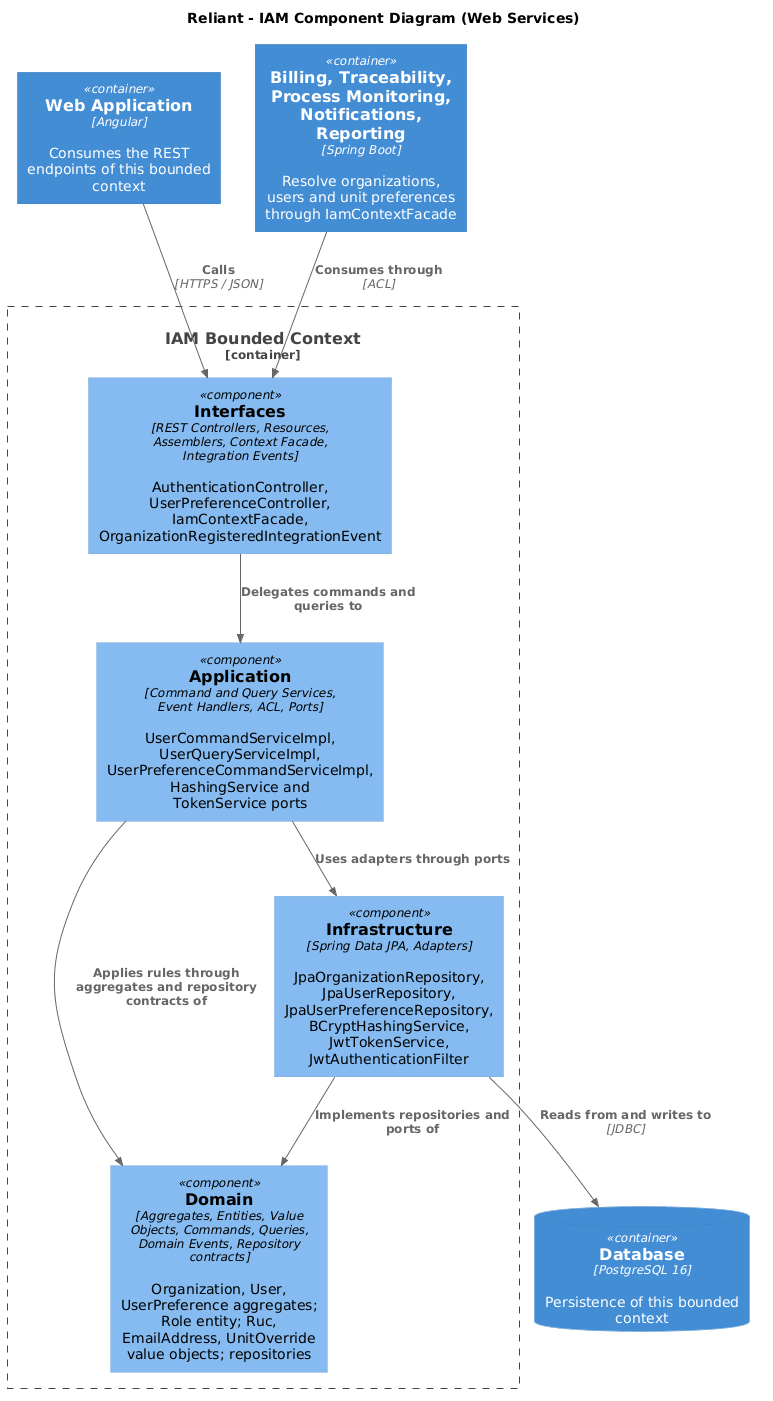
upc-pre-202620-1asi0729-7753-innovacorp/reliant-report keeps this PlantUML diagram as assets/img/4.chapter-iv/4.6.domain-driven-software-architecture/4.6.4.software-architecture-components-diagrams/reliant-c4-components-iam-web-services.png. Above is the earlier version.
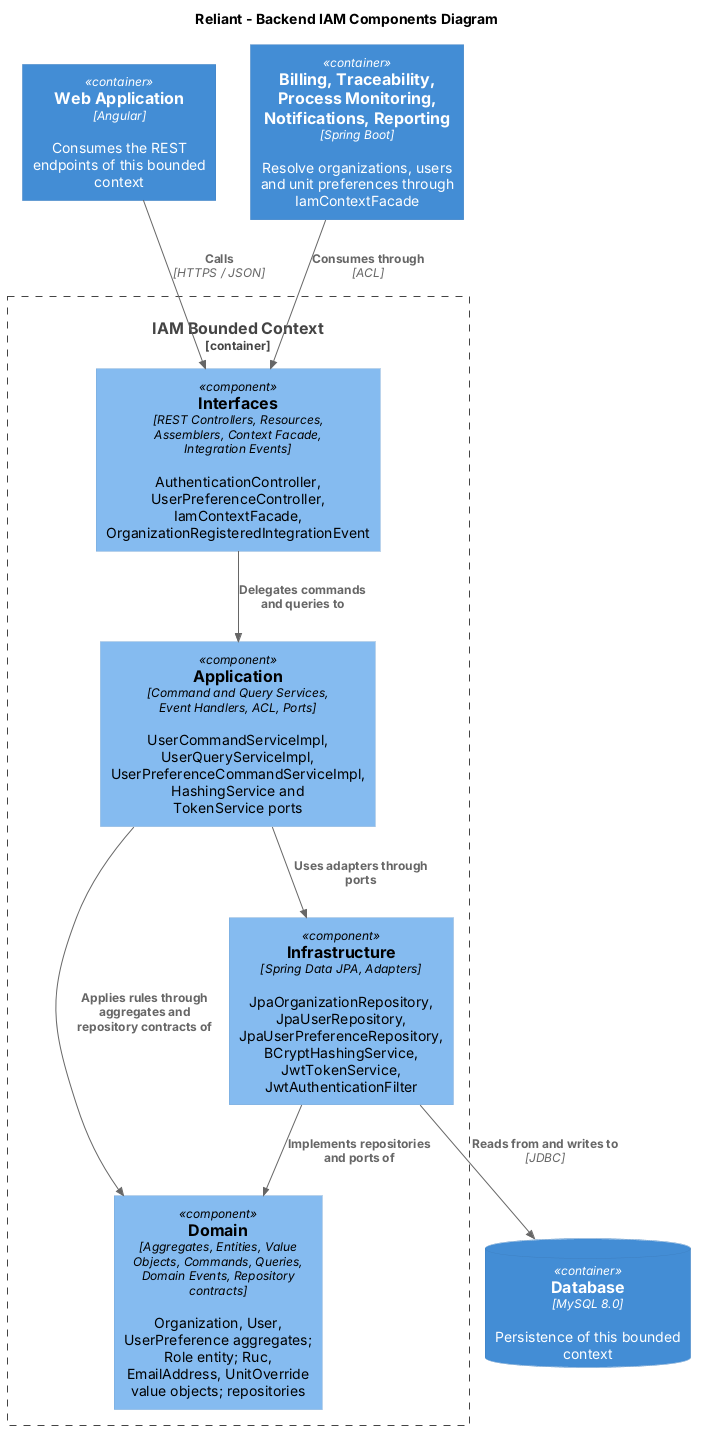
The same file after the commit.

The edit, as a diff of the source:
```diff
@@ -1,10 +1,10 @@
-@startuml
+@startuml "Components-IAM"
 !includeurl https://raw.githubusercontent.com/plantuml-stdlib/C4-PlantUML/master/C4_Component.puml
 
-title Reliant - IAM Component Diagram (Web Services)
+title Reliant - Backend IAM Components Diagram
 
 Container(webapp, "Web Application", "Angular", "Consumes the REST endpoints of this bounded context")
-ContainerDb(db, "Database", "PostgreSQL 16", "Persistence of this bounded context")
+ContainerDb(db, "Database", "MySQL 8.0", "Persistence of this bounded context")
 Container(downstream, "Billing, Traceability, Process Monitoring, Notifications, Reporting", "Spring Boot", "Resolve organizations, users and unit preferences through IamContextFacade")
 
 Container_Boundary(bc, "IAM Bounded Context") {
```
